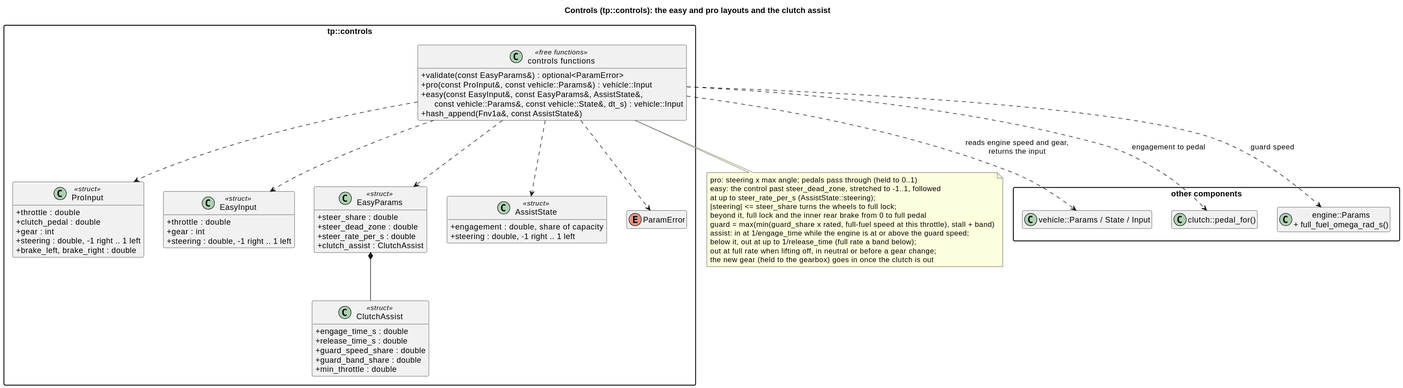
Before: docs/diagrams/svg/controls_classes.svg, a diagram exported from PlantUML (wversteeg/TractorPulling).
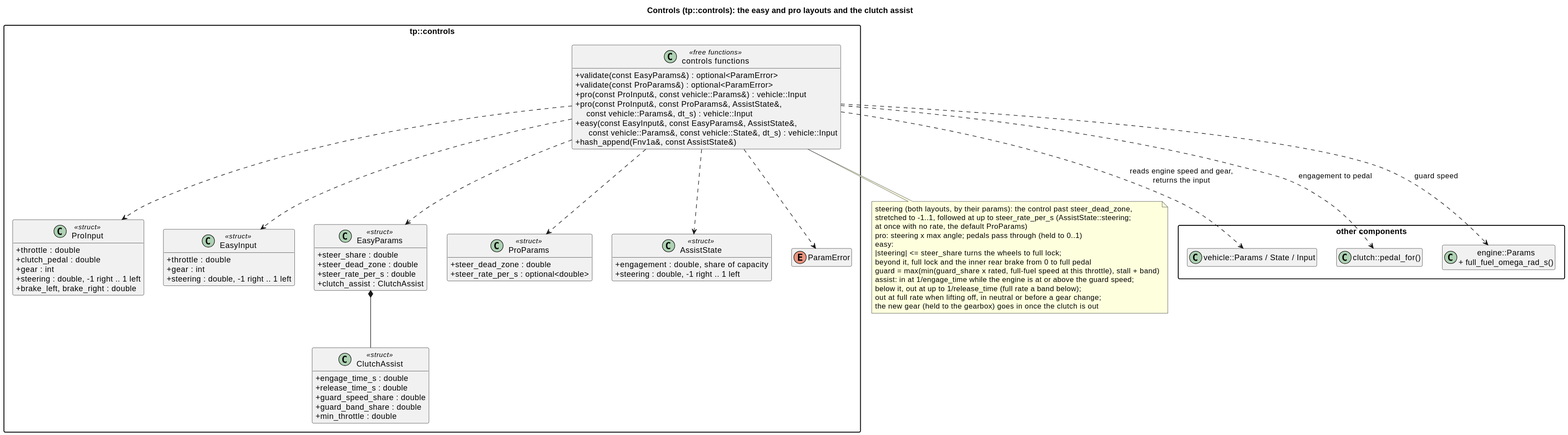
The same file after the commit.

Diff of the diagram source:
```diff
@@ -36,6 +36,10 @@
     +steer_rate_per_s : double
     +clutch_assist : ClutchAssist
   }
+  class ProParams <<struct>> {
+    +steer_dead_zone : double
+    +steer_rate_per_s : optional<double>
+  }
   class AssistState <<struct>> {
     +engagement : double, share of capacity
     +steering : double, -1 right .. 1 left
@@ -43,7 +47,9 @@
   enum ParamError
   class "controls functions" as ControlsFns <<free functions>> {
     +validate(const EasyParams&) : optional<ParamError>
+    +validate(const ProParams&) : optional<ParamError>
     +pro(const ProInput&, const vehicle::Params&) : vehicle::Input
+    +pro(const ProInput&, const ProParams&, AssistState&,\n     const vehicle::Params&, dt_s) : vehicle::Input
     +easy(const EasyInput&, const EasyParams&, AssistState&,\n      const vehicle::Params&, const vehicle::State&, dt_s) : vehicle::Input
     +hash_append(Fnv1a&, const AssistState&)
   }
@@ -51,6 +57,7 @@
   ControlsFns ..> ProInput
   ControlsFns ..> EasyInput
   ControlsFns ..> EasyParams
+  ControlsFns ..> ProParams
   ControlsFns ..> AssistState
   ControlsFns ..> ParamError
 }
@@ -58,9 +65,11 @@
 ControlsFns ..> PedalFor : engagement to pedal
 ControlsFns ..> Engine : guard speed
 note bottom of ControlsFns
+  steering (both layouts, by their params): the control past steer_dead_zone,
+  stretched to -1..1, followed at up to steer_rate_per_s (AssistState::steering;
+  at once with no rate, the default ProParams)
   pro: steering x max angle; pedals pass through (held to 0..1)
-  easy: the control past steer_dead_zone, stretched to -1..1, followed
-  at up to steer_rate_per_s (AssistState::steering);
+  easy:
   |steering| <= steer_share turns the wheels to full lock;
   beyond it, full lock and the inner rear brake from 0 to full pedal
   guard = max(min(guard_share x rated, full-fuel speed at this throttle), stall + band)
```
